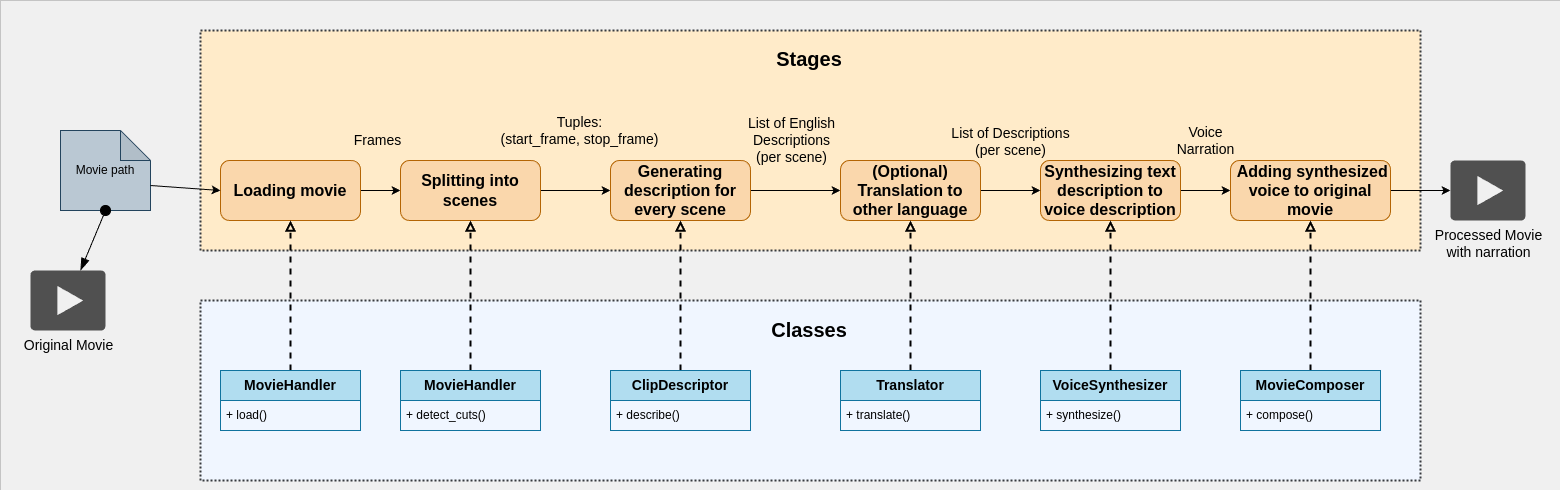
BJankow/hackster.io-AI-video-narration-for-visually-impaired keeps this draw.io diagram as doc/img/Dataflow_Stages_Interfaces.png. Above is the earlier version. Source tidied: cells renumbered, new cells last; positions are measured from the earlier drawing's top-left corner, leaving out a move shared by most shapes.
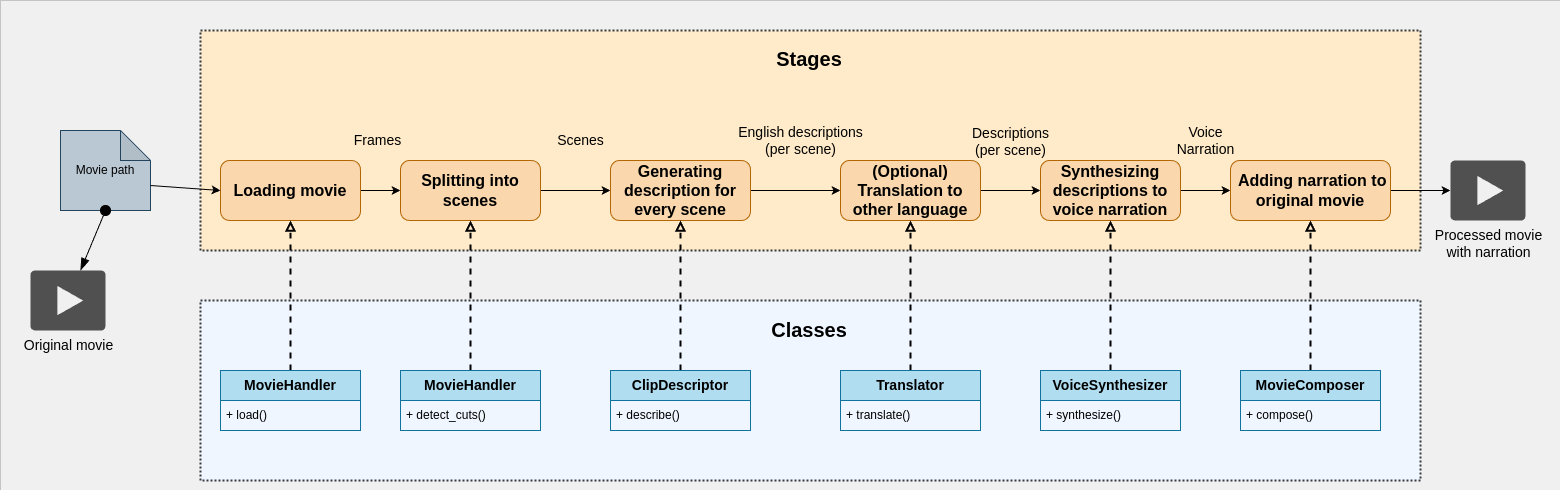
Above is the later version.

What changed in the source:
```diff
@@ -19,14 +19,14 @@
     <mxCell id="6" style="rounded=0;jettySize=auto;html=1;entryX=0;entryY=0;entryDx=90;entryDy=55;entryPerimeter=0;endArrow=none;endFill=0;exitX=0;exitY=0.5;exitDx=0;exitDy=0;startArrow=classic;startFill=1;" parent="1" edge="1" source="4" target="5">
       <mxGeometry relative="1" as="geometry" />
     </mxCell>
-    <mxCell id="7" value="&lt;span style=&quot;font-size: 14px;&quot;&gt;Tuples:&lt;br&gt;(start_frame, stop_frame)&lt;/span&gt;" style="edgeStyle=orthogonalEdgeStyle;rounded=0;jettySize=auto;html=1;labelBackgroundColor=#FFEBC9;" parent="1" edge="1" source="8" target="10">
-      <mxGeometry x="0.11" y="60" relative="1" as="geometry" />
+    <mxCell id="7" value="&lt;div&gt;&lt;span style=&quot;font-size: 14px;&quot;&gt;Scenes&lt;/span&gt;&lt;/div&gt;" style="edgeStyle=orthogonalEdgeStyle;rounded=0;jettySize=auto;html=1;labelBackgroundColor=#FFEBC9;" parent="1" edge="1" source="8" target="10">
+      <mxGeometry x="0.14" y="50" relative="1" as="geometry" />
     </mxCell>
     <mxCell id="8" value="&lt;font style=&quot;font-size: 16px;&quot;&gt;&lt;b&gt;Splitting into scenes&lt;/b&gt;&lt;/font&gt;" style="rounded=1;whiteSpace=wrap;html=1;fillColor=#fad7ac;strokeColor=#b46504;" parent="1" vertex="1">
       <mxGeometry x="400" y="160" width="140" height="60" as="geometry" />
     </mxCell>
-    <mxCell id="9" value="&lt;div&gt;&lt;font style=&quot;font-size: 14px;&quot;&gt;List of English&lt;/font&gt;&lt;/div&gt;&lt;font style=&quot;font-size: 14px;&quot;&gt;Descriptions&lt;/font&gt;&lt;div&gt;&lt;font style=&quot;font-size: 14px;&quot;&gt;(per scene)&lt;/font&gt;&lt;/div&gt;" style="edgeStyle=orthogonalEdgeStyle;rounded=0;jettySize=auto;html=1;labelBackgroundColor=#FFEBC9;entryX=0;entryY=0.5;entryDx=0;entryDy=0;" parent="1" edge="1" source="10" target="19">
-      <mxGeometry x="-0.09" y="50" relative="1" as="geometry" />
+    <mxCell id="9" value="&lt;div&gt;&lt;font style=&quot;font-size: 14px;&quot;&gt;English d&lt;/font&gt;&lt;span style=&quot;font-size: 14px;&quot;&gt;escriptions&lt;/span&gt;&lt;/div&gt;&lt;div&gt;&lt;font style=&quot;font-size: 14px;&quot;&gt;(per scene)&lt;/font&gt;&lt;/div&gt;" style="edgeStyle=orthogonalEdgeStyle;rounded=0;jettySize=auto;html=1;labelBackgroundColor=#FFEBC9;entryX=0;entryY=0.5;entryDx=0;entryDy=0;" parent="1" edge="1" source="10" target="19">
+      <mxGeometry x="0.11" y="50" relative="1" as="geometry" />
     </mxCell>
     <mxCell id="10" value="&lt;font style=&quot;font-size: 16px;&quot;&gt;&lt;b&gt;Generating description for every scene&lt;/b&gt;&lt;/font&gt;" style="rounded=1;whiteSpace=wrap;html=1;fillColor=#fad7ac;strokeColor=#b46504;" parent="1" vertex="1">
       <mxGeometry x="610" y="160" width="140" height="60" as="geometry" />
@@ -34,16 +34,16 @@
     <mxCell id="11" value="&lt;div&gt;&lt;span style=&quot;font-size: 14px;&quot;&gt;Voice&lt;/span&gt;&lt;span style=&quot;font-size: 14px;&quot;&gt;&lt;br&gt;&lt;/span&gt;&lt;/div&gt;&lt;span style=&quot;font-size: 14px;&quot;&gt;Narration&lt;/span&gt;" style="edgeStyle=orthogonalEdgeStyle;rounded=0;jettySize=auto;html=1;labelBackgroundColor=#FFEBC9;exitX=1;exitY=0.5;exitDx=0;exitDy=0;" parent="1" edge="1" source="12" target="14">
       <mxGeometry y="50" relative="1" as="geometry" />
     </mxCell>
-    <mxCell id="12" value="&lt;font style=&quot;font-size: 16px;&quot;&gt;&lt;b&gt;Synthesizing text description to voice&amp;nbsp;&lt;/b&gt;&lt;/font&gt;&lt;b style=&quot;font-size: 16px;&quot;&gt;description&lt;/b&gt;" style="rounded=1;whiteSpace=wrap;html=1;fillColor=#fad7ac;strokeColor=#b46504;" parent="1" vertex="1">
+    <mxCell id="12" value="&lt;font style=&quot;font-size: 16px;&quot;&gt;&lt;b&gt;Synthesizing descriptions to voice narration&lt;/b&gt;&lt;/font&gt;" style="rounded=1;whiteSpace=wrap;html=1;fillColor=#fad7ac;strokeColor=#b46504;" parent="1" vertex="1">
       <mxGeometry x="1040" y="160" width="140" height="60" as="geometry" />
     </mxCell>
     <mxCell id="13" style="edgeStyle=orthogonalEdgeStyle;rounded=0;jettySize=auto;html=1;exitX=1;exitY=0.5;exitDx=0;exitDy=0;" parent="1" edge="1" source="14" target="15">
       <mxGeometry relative="1" as="geometry" />
     </mxCell>
-    <mxCell id="14" value="&lt;b&gt;&lt;font style=&quot;font-size: 16px;&quot;&gt;&amp;nbsp;Adding synthesized voice to original movie&lt;/font&gt;&lt;/b&gt;" style="rounded=1;whiteSpace=wrap;html=1;fillColor=#fad7ac;strokeColor=#b46504;" parent="1" vertex="1">
+    <mxCell id="14" value="&lt;b&gt;&lt;font style=&quot;font-size: 16px;&quot;&gt;&amp;nbsp;Adding narration to original movie&lt;/font&gt;&lt;/b&gt;" style="rounded=1;whiteSpace=wrap;html=1;fillColor=#fad7ac;strokeColor=#b46504;" parent="1" vertex="1">
       <mxGeometry x="1230" y="160" width="160" height="60" as="geometry" />
     </mxCell>
-    <mxCell id="15" value="&lt;font style=&quot;font-size: 14px;&quot;&gt;Processed Movie&lt;/font&gt;&lt;div&gt;&lt;font style=&quot;font-size: 14px;&quot;&gt;with narration&lt;/font&gt;&lt;/div&gt;" style="sketch=0;shadow=0;dashed=0;html=1;strokeColor=none;fillColor=#505050;labelPosition=center;verticalLabelPosition=bottom;verticalAlign=top;outlineConnect=0;align=center;shape=mxgraph.office.concepts.video_play;" parent="1" vertex="1">
+    <mxCell id="15" value="&lt;font style=&quot;font-size: 14px;&quot;&gt;Processed movie&lt;/font&gt;&lt;div&gt;&lt;font style=&quot;font-size: 14px;&quot;&gt;with narration&lt;/font&gt;&lt;/div&gt;" style="sketch=0;shadow=0;dashed=0;html=1;strokeColor=none;fillColor=#505050;labelPosition=center;verticalLabelPosition=bottom;verticalAlign=top;outlineConnect=0;align=center;shape=mxgraph.office.concepts.video_play;" parent="1" vertex="1">
       <mxGeometry x="1450" y="160" width="75" height="60" as="geometry" />
     </mxCell>
     <mxCell id="16" style="rounded=0;jettySize=auto;html=1;exitX=0.5;exitY=1;exitDx=0;exitDy=0;exitPerimeter=0;startArrow=oval;startFill=1;endArrow=blockThin;endFill=1;endSize=10;startSize=10;" parent="1" edge="1" source="5" target="20">
@@ -52,7 +52,7 @@
     <mxCell id="17" style="edgeStyle=orthogonalEdgeStyle;rounded=0;jettySize=auto;html=1;exitX=1;exitY=0.5;exitDx=0;exitDy=0;entryX=0;entryY=0.5;entryDx=0;entryDy=0;" parent="1" edge="1" source="19" target="12">
       <mxGeometry relative="1" as="geometry" />
     </mxCell>
-    <mxCell id="18" value="&lt;font style=&quot;font-size: 14px;&quot;&gt;List of Descriptions&lt;/font&gt;&lt;div style=&quot;font-size: 14px;&quot;&gt;&lt;font style=&quot;font-size: 14px;&quot;&gt;(per scene)&lt;/font&gt;&lt;/div&gt;" style="edgeLabel;html=1;align=center;verticalAlign=middle;labelBackgroundColor=#FFEBC9;" parent="17" vertex="1">
+    <mxCell id="18" value="&lt;font style=&quot;font-size: 14px;&quot;&gt;Descriptions&lt;/font&gt;&lt;div style=&quot;font-size: 14px;&quot;&gt;&lt;font style=&quot;font-size: 14px;&quot;&gt;(per scene)&lt;/font&gt;&lt;/div&gt;" style="edgeLabel;html=1;align=center;verticalAlign=middle;labelBackgroundColor=#FFEBC9;" parent="17" vertex="1">
       <mxGeometry x="-0.03" relative="1" as="geometry">
         <mxPoint y="-50" as="offset" />
       </mxGeometry>
@@ -60,7 +60,7 @@
     <mxCell id="19" value="&lt;span style=&quot;font-size: 16px;&quot;&gt;&lt;b&gt;(Optional)&lt;/b&gt;&lt;/span&gt;&lt;div&gt;&lt;span style=&quot;font-size: 16px;&quot;&gt;&lt;b&gt;Translation to other language&lt;/b&gt;&lt;/span&gt;&lt;/div&gt;" style="rounded=1;whiteSpace=wrap;html=1;fillColor=#fad7ac;strokeColor=#b46504;" parent="1" vertex="1">
       <mxGeometry x="840" y="160" width="140" height="60" as="geometry" />
     </mxCell>
-    <mxCell id="20" value="&lt;font style=&quot;font-size: 14px;&quot;&gt;Original Movie&lt;/font&gt;" style="sketch=0;shadow=0;dashed=0;html=1;strokeColor=none;fillColor=#505050;labelPosition=center;verticalLabelPosition=bottom;verticalAlign=top;outlineConnect=0;align=center;shape=mxgraph.office.concepts.video_play;" parent="1" vertex="1">
+    <mxCell id="20" value="&lt;font style=&quot;font-size: 14px;&quot;&gt;Original movie&lt;/font&gt;" style="sketch=0;shadow=0;dashed=0;html=1;strokeColor=none;fillColor=#505050;labelPosition=center;verticalLabelPosition=bottom;verticalAlign=top;outlineConnect=0;align=center;shape=mxgraph.office.concepts.video_play;" parent="1" vertex="1">
       <mxGeometry x="30" y="270" width="75" height="60" as="geometry" />
     </mxCell>
     <mxCell id="21" value="Interfaces" parent="0" />
```
